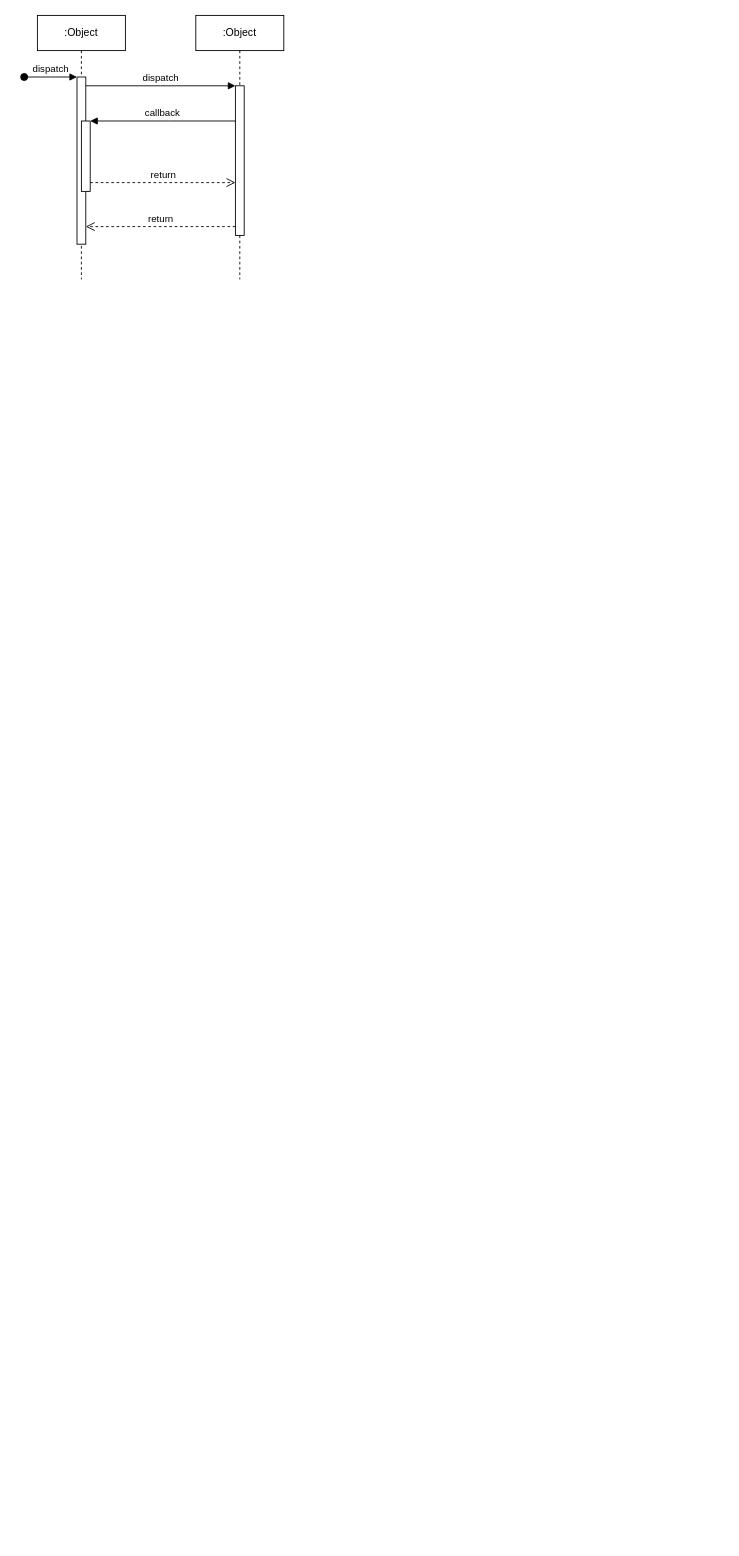
This is diagrams/Untitled Diagram.drawio from tonystaark/checkin, a draw.io file, before an edit. Source tidied: cells renumbered, new cells numbered last; positions are measured from the earlier drawing's top-left corner, leaving out a move shared by most shapes. Both pictures are drawn from the tidied source at 88%, with x=0, y=0 at pixel (24, 15).
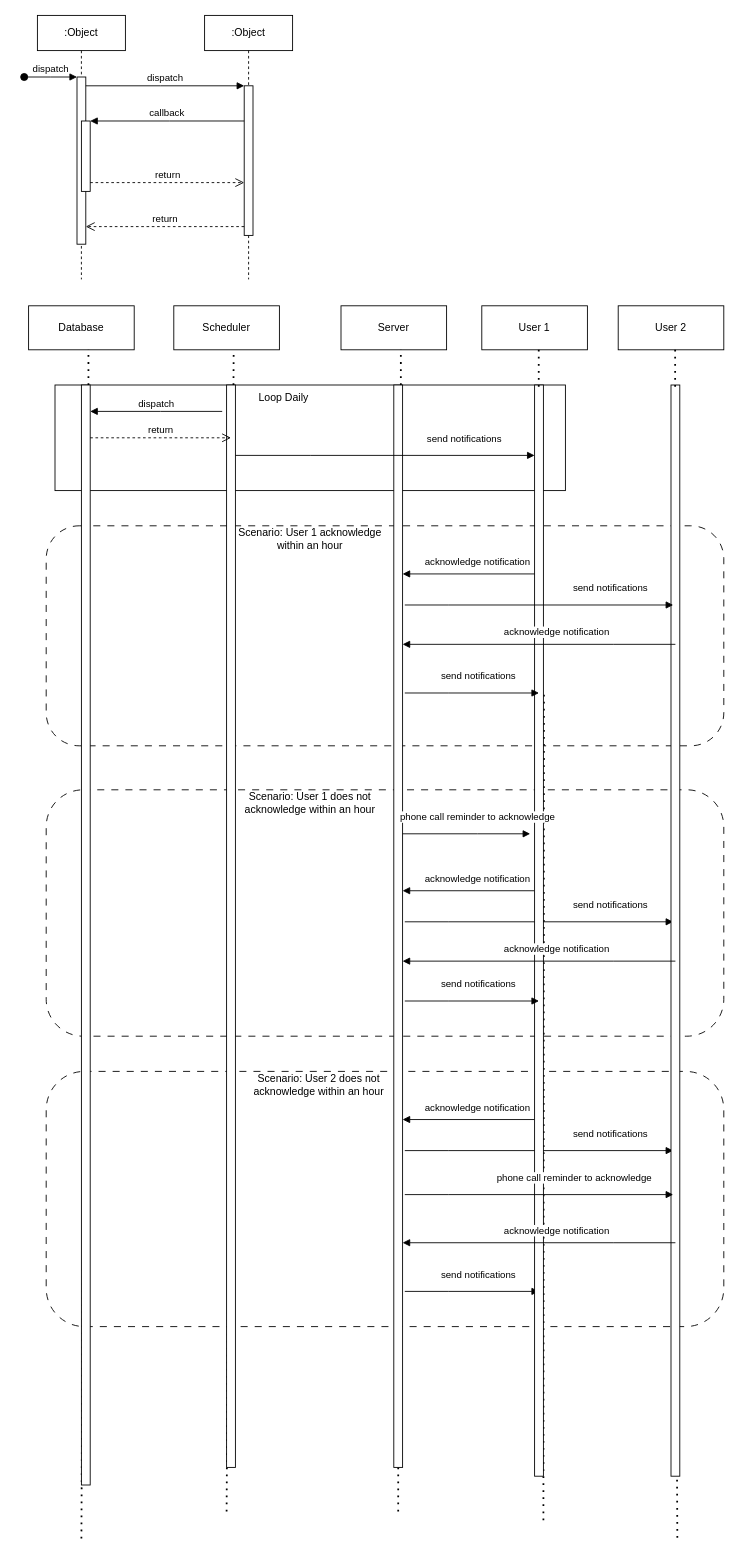
Above is the later version.

Commit message:
Check In Sequence Diagram

Diff of the diagram source:
```diff
@@
+    <mxCell id="12" style="rounded=1;whiteSpace=wrap;html=1;dashed=1;dashPattern=8 8;" parent="1" vertex="1">
+      <mxGeometry x="25" y="1200" width="770" height="290" as="geometry" />
+    </mxCell>
+    <mxCell id="13" value="acknowledge notification" style="html=1;verticalAlign=bottom;endArrow=block;edgeStyle=elbowEdgeStyle;elbow=vertical;curved=0;rounded=0;" parent="1" edge="1">
+      <mxGeometry x="-0.13" y="-5" relative="1" as="geometry">
+        <mxPoint x="580" y="1254.7" as="sourcePoint" />
+        <mxPoint x="430" y="1254.7" as="targetPoint" />
+        <Array as="points">
+          <mxPoint x="510" y="1254.7" />
+        </Array>
+      </mxGeometry>
+    </mxCell>
+    <mxCell id="14" value="send notifications" style="html=1;verticalAlign=bottom;endArrow=block;edgeStyle=elbowEdgeStyle;elbow=vertical;curved=0;rounded=0;" parent="1" edge="1">
+      <mxGeometry x="0.53" y="10" relative="1" as="geometry">
+        <mxPoint x="432.5" y="1290" as="sourcePoint" />
+        <mxPoint x="737.5" y="1290" as="targetPoint" />
+        <Array as="points">
+          <mxPoint x="482.5" y="1290" />
+        </Array>
+      </mxGeometry>
+    </mxCell>
+    <mxCell id="15" value="Scenario: User 2 does not acknowledge within an hour" style="text;html=1;align=center;verticalAlign=middle;whiteSpace=wrap;rounded=0;" parent="1" vertex="1">
+      <mxGeometry x="250" y="1200" width="170" height="30" as="geometry" />
+    </mxCell>
+    <mxCell id="16" value="send notifications" style="html=1;verticalAlign=bottom;endArrow=block;edgeStyle=elbowEdgeStyle;elbow=vertical;curved=0;rounded=0;" parent="1" edge="1">
+      <mxGeometry x="0.09" y="10" relative="1" as="geometry">
+        <mxPoint x="432.5" y="1450" as="sourcePoint" />
+        <mxPoint x="585" y="1450" as="targetPoint" />
+        <Array as="points">
+          <mxPoint x="482.5" y="1450" />
+        </Array>
+      </mxGeometry>
+    </mxCell>
+    <mxCell id="17" style="rounded=1;whiteSpace=wrap;html=1;dashed=1;dashPattern=8 8;" parent="1" vertex="1">
+      <mxGeometry x="25" y="880" width="770" height="280" as="geometry" />
+    </mxCell>
+    <mxCell id="18" value="acknowledge notification" style="html=1;verticalAlign=bottom;endArrow=block;edgeStyle=elbowEdgeStyle;elbow=vertical;curved=0;rounded=0;" parent="1" edge="1">
+      <mxGeometry x="-0.14" y="-5" relative="1" as="geometry">
+        <mxPoint x="580" y="994.7" as="sourcePoint" />
+        <mxPoint x="430" y="994.7" as="targetPoint" />
+        <Array as="points">
+          <mxPoint x="510" y="994.7" />
+        </Array>
+      </mxGeometry>
+    </mxCell>
+    <mxCell id="19" value="send notifications" style="html=1;verticalAlign=bottom;endArrow=block;edgeStyle=elbowEdgeStyle;elbow=vertical;curved=0;rounded=0;" parent="1" edge="1">
+      <mxGeometry x="0.53" y="10" relative="1" as="geometry">
+        <mxPoint x="432.5" y="1030" as="sourcePoint" />
+        <mxPoint x="737.5" y="1030" as="targetPoint" />
+        <Array as="points">
+          <mxPoint x="482.5" y="1030" />
+        </Array>
+      </mxGeometry>
+    </mxCell>
+    <mxCell id="20" value="Scenario: User 1 does not acknowledge within an hour" style="text;html=1;align=center;verticalAlign=middle;whiteSpace=wrap;rounded=0;" parent="1" vertex="1">
+      <mxGeometry x="240" y="880" width="170" height="30" as="geometry" />
+    </mxCell>
+    <mxCell id="21" style="rounded=1;whiteSpace=wrap;html=1;dashed=1;dashPattern=8 8;" parent="1" vertex="1">
+      <mxGeometry x="25" y="580" width="770" height="250" as="geometry" />
+    </mxCell>
+    <mxCell id="22" style="endArrow=none;dashed=1;html=1;dashPattern=1 3;strokeWidth=2;rounded=0;entryX=0.567;entryY=0.96;entryDx=0;entryDy=0;entryPerimeter=0;" parent="1" edge="1">
+      <mxGeometry relative="1" as="geometry">
+        <mxPoint x="742.2" y="1730" as="sourcePoint" />
+        <mxPoint x="737.8" y="800" as="targetPoint" />
+      </mxGeometry>
+    </mxCell>
+    <mxCell id="23" style="endArrow=none;dashed=1;html=1;dashPattern=1 3;strokeWidth=2;rounded=0;entryX=0.567;entryY=0.96;entryDx=0;entryDy=0;entryPerimeter=0;" parent="1" edge="1">
+      <mxGeometry relative="1" as="geometry">
+        <mxPoint x="590" y="1710" as="sourcePoint" />
+        <mxPoint x="590.6" y="770" as="targetPoint" />
+      </mxGeometry>
+    </mxCell>
+    <mxCell id="24" style="endArrow=none;dashed=1;html=1;dashPattern=1 3;strokeWidth=2;rounded=0;entryX=0.567;entryY=0.96;entryDx=0;entryDy=0;entryPerimeter=0;" parent="1" edge="1">
+      <mxGeometry relative="1" as="geometry">
+        <mxPoint x="428" y="420" as="sourcePoint" />
+        <mxPoint x="428" y="378" as="targetPoint" />
+      </mxGeometry>
+    </mxCell>
@@
     <mxCell id="6" value=":Object" style="shape=umlLifeline;perimeter=lifelinePerimeter;whiteSpace=wrap;html=1;newEdgeStyle={&quot;edgeStyle&quot;:&quot;elbowEdgeStyle&quot;,&quot;elbow&quot;:&quot;vertical&quot;,&quot;curved&quot;:0,&quot;rounded&quot;:0};" parent="1" vertex="1">
-      <mxGeometry x="195" width="100" height="300" as="geometry" />
+      <mxGeometry x="205" width="100" height="300" as="geometry" />
     </mxCell>
@@
+    <mxCell id="25" value="Scheduler" style="rounded=0;whiteSpace=wrap;html=1;" parent="1" vertex="1">
+      <mxGeometry x="170" y="330" width="120" height="50" as="geometry" />
+    </mxCell>
+    <mxCell id="26" style="rounded=0;whiteSpace=wrap;html=1;" parent="1" vertex="1">
+      <mxGeometry x="35" y="420" width="580" height="120" as="geometry" />
+    </mxCell>
+    <mxCell id="27" style="endArrow=none;dashed=1;html=1;dashPattern=1 3;strokeWidth=2;rounded=0;entryX=0.567;entryY=1.02;entryDx=0;entryDy=0;entryPerimeter=0;" parent="1" edge="1" target="25">
+      <mxGeometry relative="1" as="geometry">
+        <mxPoint x="230" y="1700" as="sourcePoint" />
+      </mxGeometry>
+    </mxCell>
+    <mxCell id="28" value="Loop Daily" style="text;html=1;align=center;verticalAlign=middle;whiteSpace=wrap;rounded=0;" parent="1" vertex="1">
+      <mxGeometry x="265" y="420" width="60" height="30" as="geometry" />
+    </mxCell>
+    <mxCell id="29" style="html=1;perimeter=orthogonalPerimeter;targetShapes=umlLifeline;newEdgeStyle={&quot;edgeStyle&quot;:&quot;elbowEdgeStyle&quot;,&quot;elbow&quot;:&quot;vertical&quot;,&quot;curved&quot;:0,&quot;rounded&quot;:0};" parent="1" vertex="1">
+      <mxGeometry x="230" y="420" width="10" height="1230" as="geometry" />
+    </mxCell>
+    <mxCell id="30" value="Server" style="rounded=0;whiteSpace=wrap;html=1;" parent="1" vertex="1">
+      <mxGeometry x="360" y="330" width="120" height="50" as="geometry" />
+    </mxCell>
+    <mxCell id="31" value="User 1" style="rounded=0;whiteSpace=wrap;html=1;" parent="1" vertex="1">
+      <mxGeometry x="520" y="330" width="120" height="50" as="geometry" />
+    </mxCell>
+    <mxCell id="32" style="html=1;perimeter=orthogonalPerimeter;targetShapes=umlLifeline;newEdgeStyle={&quot;edgeStyle&quot;:&quot;elbowEdgeStyle&quot;,&quot;elbow&quot;:&quot;vertical&quot;,&quot;curved&quot;:0,&quot;rounded&quot;:0};" parent="1" vertex="1">
+      <mxGeometry x="580" y="420" width="10" height="1240" as="geometry" />
+    </mxCell>
+    <mxCell id="33" style="endArrow=none;dashed=1;html=1;dashPattern=1 3;strokeWidth=2;rounded=0;entryX=0.567;entryY=0.96;entryDx=0;entryDy=0;entryPerimeter=0;" parent="1" edge="1">
+      <mxGeometry relative="1" as="geometry">
+        <mxPoint x="425" y="1700" as="sourcePoint" />
+        <mxPoint x="425.7" y="602.4" as="targetPoint" />
+      </mxGeometry>
+    </mxCell>
+    <mxCell id="34" style="html=1;perimeter=orthogonalPerimeter;targetShapes=umlLifeline;newEdgeStyle={&quot;edgeStyle&quot;:&quot;elbowEdgeStyle&quot;,&quot;elbow&quot;:&quot;vertical&quot;,&quot;curved&quot;:0,&quot;rounded&quot;:0};" parent="1" vertex="1">
+      <mxGeometry x="420" y="420" width="10" height="1230" as="geometry" />
+    </mxCell>
+    <mxCell id="35" style="endArrow=none;dashed=1;html=1;dashPattern=1 3;strokeWidth=2;rounded=0;entryX=0.567;entryY=0.96;entryDx=0;entryDy=0;entryPerimeter=0;" parent="1" edge="1">
+      <mxGeometry relative="1" as="geometry">
+        <mxPoint x="584.7" y="422" as="sourcePoint" />
+        <mxPoint x="584.7" y="380" as="targetPoint" />
+      </mxGeometry>
+    </mxCell>
+    <mxCell id="36" value="send notifications" style="html=1;verticalAlign=bottom;endArrow=block;edgeStyle=elbowEdgeStyle;elbow=vertical;curved=0;rounded=0;" parent="1" edge="1">
+      <mxGeometry x="0.53" y="10" relative="1" as="geometry">
+        <mxPoint x="240" y="500" as="sourcePoint" />
+        <mxPoint x="580" y="500" as="targetPoint" />
+        <Array as="points">
+          <mxPoint x="325" y="500" />
+        </Array>
+      </mxGeometry>
+    </mxCell>
+    <mxCell id="37" style="endArrow=none;dashed=1;html=1;dashPattern=1 3;strokeWidth=2;rounded=0;entryX=0.567;entryY=0.96;entryDx=0;entryDy=0;entryPerimeter=0;" parent="1" edge="1">
+      <mxGeometry relative="1" as="geometry">
+        <mxPoint x="73" y="420" as="sourcePoint" />
+        <mxPoint x="73" y="378" as="targetPoint" />
+      </mxGeometry>
+    </mxCell>
+    <mxCell id="38" value="Database" style="rounded=0;whiteSpace=wrap;html=1;" parent="1" vertex="1">
+      <mxGeometry x="5" y="330" width="120" height="50" as="geometry" />
+    </mxCell>
+    <mxCell id="39" style="endArrow=none;dashed=1;html=1;dashPattern=1 3;strokeWidth=2;rounded=0;entryX=0.567;entryY=0.96;entryDx=0;entryDy=0;entryPerimeter=0;" parent="1" edge="1">
+      <mxGeometry relative="1" as="geometry">
+        <mxPoint x="65" y="1730.7" as="sourcePoint" />
+        <mxPoint x="70.7" y="602.4" as="targetPoint" />
+      </mxGeometry>
+    </mxCell>
+    <mxCell id="40" style="html=1;perimeter=orthogonalPerimeter;targetShapes=umlLifeline;newEdgeStyle={&quot;edgeStyle&quot;:&quot;elbowEdgeStyle&quot;,&quot;elbow&quot;:&quot;vertical&quot;,&quot;curved&quot;:0,&quot;rounded&quot;:0};" parent="1" vertex="1">
+      <mxGeometry x="65" y="420" width="10" height="1250" as="geometry" />
+    </mxCell>
+    <mxCell id="41" value="dispatch" style="html=1;verticalAlign=bottom;endArrow=block;edgeStyle=elbowEdgeStyle;elbow=vertical;curved=0;rounded=0;" parent="1" edge="1">
+      <mxGeometry relative="1" as="geometry">
+        <mxPoint x="225" y="450" as="sourcePoint" />
+        <mxPoint x="75" y="450" as="targetPoint" />
+        <Array as="points">
+          <mxPoint x="155" y="450" />
+        </Array>
+      </mxGeometry>
+    </mxCell>
+    <mxCell id="42" value="return" style="html=1;verticalAlign=bottom;endArrow=open;dashed=1;endSize=8;edgeStyle=elbowEdgeStyle;elbow=vertical;curved=0;rounded=0;" parent="1" edge="1">
+      <mxGeometry relative="1" as="geometry">
+        <mxPoint x="75" y="480" as="sourcePoint" />
+        <mxPoint x="235" y="480" as="targetPoint" />
+        <Array as="points">
+          <mxPoint x="155" y="480" />
+        </Array>
+      </mxGeometry>
+    </mxCell>
+    <mxCell id="43" value="acknowledge notification" style="html=1;verticalAlign=bottom;endArrow=block;edgeStyle=elbowEdgeStyle;elbow=vertical;curved=0;rounded=0;" parent="1" edge="1">
+      <mxGeometry x="-0.13" y="-5" relative="1" as="geometry">
+        <mxPoint x="580" y="634.7" as="sourcePoint" />
+        <mxPoint x="430" y="634.7" as="targetPoint" />
+        <Array as="points">
+          <mxPoint x="510" y="634.7" />
+        </Array>
+      </mxGeometry>
+    </mxCell>
+    <mxCell id="44" value="User 2" style="rounded=0;whiteSpace=wrap;html=1;" parent="1" vertex="1">
+      <mxGeometry x="675" y="330" width="120" height="50" as="geometry" />
+    </mxCell>
+    <mxCell id="45" style="html=1;perimeter=orthogonalPerimeter;targetShapes=umlLifeline;newEdgeStyle={&quot;edgeStyle&quot;:&quot;elbowEdgeStyle&quot;,&quot;elbow&quot;:&quot;vertical&quot;,&quot;curved&quot;:0,&quot;rounded&quot;:0};" parent="1" vertex="1">
+      <mxGeometry x="735" y="420" width="10" height="1240" as="geometry" />
+    </mxCell>
+    <mxCell id="46" style="endArrow=none;dashed=1;html=1;dashPattern=1 3;strokeWidth=2;rounded=0;entryX=0.567;entryY=0.96;entryDx=0;entryDy=0;entryPerimeter=0;" parent="1" edge="1">
+      <mxGeometry relative="1" as="geometry">
+        <mxPoint x="739.7" y="422" as="sourcePoint" />
+        <mxPoint x="739.7" y="380" as="targetPoint" />
+      </mxGeometry>
+    </mxCell>
+    <mxCell id="47" value="send notifications" style="html=1;verticalAlign=bottom;endArrow=block;edgeStyle=elbowEdgeStyle;elbow=vertical;curved=0;rounded=0;" parent="1" edge="1">
+      <mxGeometry x="0.53" y="10" relative="1" as="geometry">
+        <mxPoint x="432.5" y="670" as="sourcePoint" />
+        <mxPoint x="737.5" y="670" as="targetPoint" />
+        <Array as="points">
+          <mxPoint x="482.5" y="670" />
+        </Array>
+      </mxGeometry>
+    </mxCell>
+    <mxCell id="48" value="acknowledge notification" style="html=1;verticalAlign=bottom;endArrow=block;edgeStyle=elbowEdgeStyle;elbow=vertical;curved=0;rounded=0;" parent="1" edge="1">
+      <mxGeometry x="-0.13" y="-5" relative="1" as="geometry">
+        <mxPoint x="740" y="714.7" as="sourcePoint" />
+        <mxPoint x="430" y="714.7" as="targetPoint" />
+        <Array as="points">
+          <mxPoint x="670" y="714.7" />
+        </Array>
+      </mxGeometry>
+    </mxCell>
+    <mxCell id="49" value="Scenario: User 1 acknowledge within an hour" style="text;html=1;align=center;verticalAlign=middle;whiteSpace=wrap;rounded=0;" parent="1" vertex="1">
+      <mxGeometry x="240" y="580" width="170" height="30" as="geometry" />
+    </mxCell>
+    <mxCell id="50" value="acknowledge notification" style="html=1;verticalAlign=bottom;endArrow=block;edgeStyle=elbowEdgeStyle;elbow=vertical;curved=0;rounded=0;" parent="1" edge="1">
+      <mxGeometry x="-0.13" y="-5" relative="1" as="geometry">
+        <mxPoint x="740" y="1074.7" as="sourcePoint" />
+        <mxPoint x="430" y="1074.7" as="targetPoint" />
+        <Array as="points">
+          <mxPoint x="670" y="1074.7" />
+        </Array>
+      </mxGeometry>
+    </mxCell>
+    <mxCell id="51" value="phone call reminder to acknowledge" style="html=1;verticalAlign=bottom;endArrow=block;edgeStyle=elbowEdgeStyle;elbow=vertical;curved=0;rounded=0;" parent="1" edge="1">
+      <mxGeometry x="0.17" y="10" relative="1" as="geometry">
+        <mxPoint x="430" y="930" as="sourcePoint" />
+        <mxPoint x="575" y="930" as="targetPoint" />
+        <Array as="points">
+          <mxPoint x="515" y="930" />
+        </Array>
+      </mxGeometry>
+    </mxCell>
+    <mxCell id="52" value="send notifications" style="html=1;verticalAlign=bottom;endArrow=block;edgeStyle=elbowEdgeStyle;elbow=vertical;curved=0;rounded=0;" parent="1" edge="1">
+      <mxGeometry x="0.09" y="10" relative="1" as="geometry">
+        <mxPoint x="432.5" y="770" as="sourcePoint" />
+        <mxPoint x="585" y="770" as="targetPoint" />
+        <Array as="points">
+          <mxPoint x="482.5" y="770" />
+        </Array>
+      </mxGeometry>
+    </mxCell>
+    <mxCell id="53" value="send notifications" style="html=1;verticalAlign=bottom;endArrow=block;edgeStyle=elbowEdgeStyle;elbow=vertical;curved=0;rounded=0;" parent="1" edge="1">
+      <mxGeometry x="0.09" y="10" relative="1" as="geometry">
+        <mxPoint x="432.5" y="1120" as="sourcePoint" />
+        <mxPoint x="585" y="1120" as="targetPoint" />
+        <Array as="points">
+          <mxPoint x="482.5" y="1120" />
+        </Array>
+      </mxGeometry>
+    </mxCell>
+    <mxCell id="54" value="acknowledge notification" style="html=1;verticalAlign=bottom;endArrow=block;edgeStyle=elbowEdgeStyle;elbow=vertical;curved=0;rounded=0;" parent="1" edge="1">
+      <mxGeometry x="-0.13" y="-5" relative="1" as="geometry">
+        <mxPoint x="740" y="1394.7" as="sourcePoint" />
+        <mxPoint x="430" y="1394.7" as="targetPoint" />
+        <Array as="points">
+          <mxPoint x="670" y="1394.7" />
+        </Array>
+      </mxGeometry>
+    </mxCell>
+    <mxCell id="55" value="phone call reminder to acknowledge" style="html=1;verticalAlign=bottom;endArrow=block;edgeStyle=elbowEdgeStyle;elbow=vertical;curved=0;rounded=0;" parent="1" edge="1">
+      <mxGeometry x="0.26" y="10" relative="1" as="geometry">
+        <mxPoint x="432.5" y="1340" as="sourcePoint" />
+        <mxPoint x="737.5" y="1340" as="targetPoint" />
+        <Array as="points">
+          <mxPoint x="482.5" y="1340" />
+        </Array>
+      </mxGeometry>
+    </mxCell>
```
